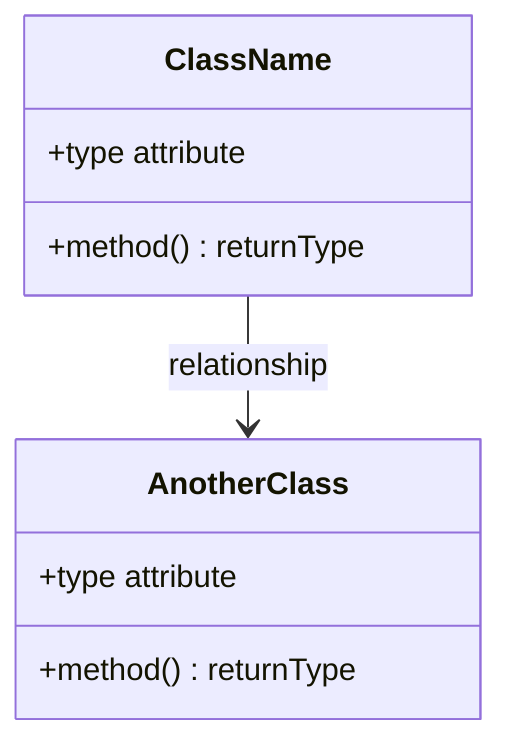
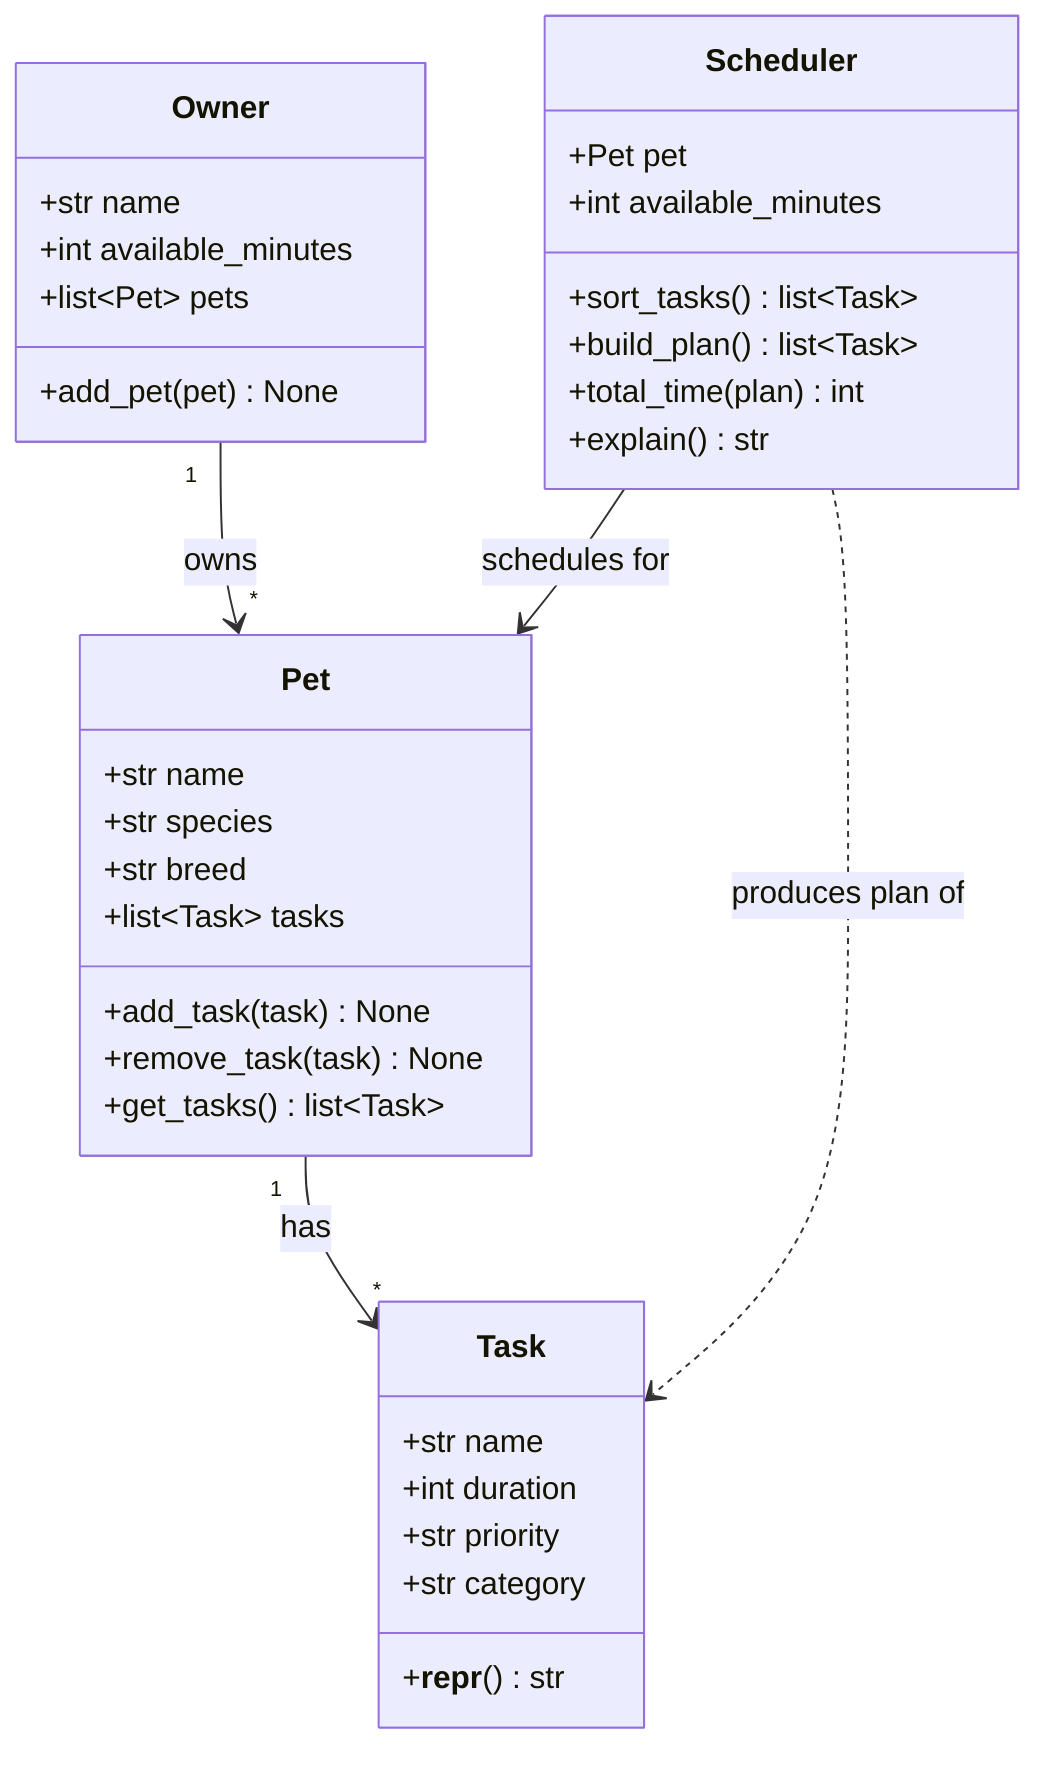
classDiagram
-     %% Replace the placeholders below with your actual classes, attributes, methods, and relationships.
-     %% Keep this file updated so it matches your final implementation.
+     %% PawPal+ class design — basic core functionality

-     class ClassName {
-         +type attribute
-         +method() returnType
+     class Owner {
+         +str name
+         +int available_minutes
+         +list~Pet~ pets
+         +add_pet(pet) None
    }

-     class AnotherClass {
-         +type attribute
-         +method() returnType
+     class Pet {
+         +str name
+         +str species
+         +str breed
+         +list~Task~ tasks
+         +add_task(task) None
+         +remove_task(task) None
+         +get_tasks() list~Task~
    }

-     ClassName --> AnotherClass : relationship
+     class Task {
+         +str name
+         +int duration
+         +str priority
+         +str category
+         +__repr__() str
+     }
+ 
+     class Scheduler {
+         +Pet pet
+         +int available_minutes
+         +sort_tasks() list~Task~
+         +build_plan() list~Task~
+         +total_time(plan) int
+         +explain() str
+     }
+ 
+     Owner "1" --> "*" Pet : owns
+     Pet "1" --> "*" Task : has
+     Scheduler --> Pet : schedules for
+     Scheduler ..> Task : produces plan of
